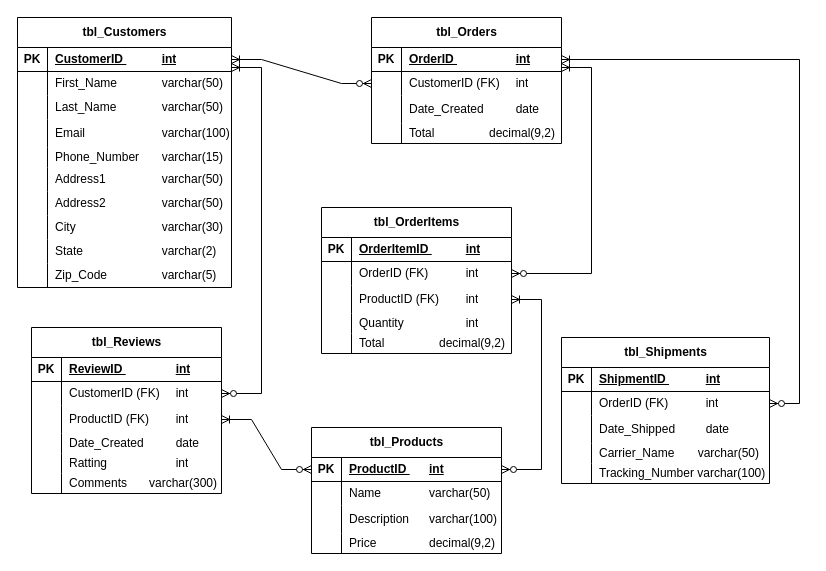
Earlier version of the draw.io diagram JH-ER-1.drawio (josehdev/uopeople). Source tidied: cells renumbered, new cells numbered last; positions are measured from the earlier drawing's top-left corner, leaving out a move shared by most shapes. Both pictures are drawn from the tidied source at 100%, with x=0, y=0 at pixel (17, 17).
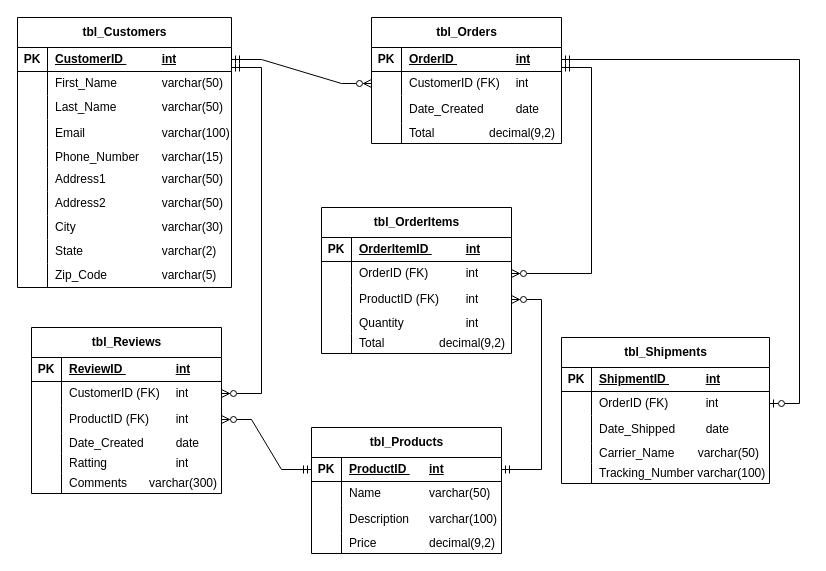
Above is the later version.

Unchanged cells that the change refers to:
```xml
<mxCell id="3" style="shape=tableRow;horizontal=0;startSize=0;swimlaneHead=0;swimlaneBody=0;fillColor=none;points=[[0,0.5],[1,0.5]];portConstraint=eastwest;top=0;left=0;right=0;bottom=1;" parent="2" vertex="1">
  <mxGeometry y="30" width="214" height="24" as="geometry" />
</mxCell>
<mxCell id="35" style="shape=tableRow;horizontal=0;startSize=0;swimlaneHead=0;swimlaneBody=0;fillColor=none;points=[[0,0.5],[1,0.5]];portConstraint=eastwest;top=0;left=0;right=0;bottom=1;" parent="34" vertex="1">
  <mxGeometry y="30" width="190" height="24" as="geometry" />
</mxCell>
<mxCell id="48" style="shape=tableRow;horizontal=0;startSize=0;swimlaneHead=0;swimlaneBody=0;fillColor=none;points=[[0,0.5],[1,0.5]];portConstraint=eastwest;top=0;left=0;right=0;bottom=1;" parent="47" vertex="1">
  <mxGeometry y="30" width="190" height="24" as="geometry" />
</mxCell>
<mxCell id="51" style="shape=tableRow;horizontal=0;startSize=0;swimlaneHead=0;swimlaneBody=0;fillColor=none;points=[[0,0.5],[1,0.5]];portConstraint=eastwest;top=0;left=0;right=0;bottom=0;" parent="47" vertex="1">
  <mxGeometry y="54" width="190" height="24" as="geometry" />
</mxCell>
<mxCell id="64" style="shape=tableRow;horizontal=0;startSize=0;swimlaneHead=0;swimlaneBody=0;fillColor=none;points=[[0,0.5],[1,0.5]];portConstraint=eastwest;top=0;left=0;right=0;bottom=0;" parent="60" vertex="1">
  <mxGeometry y="54" width="190" height="24" as="geometry" />
</mxCell>
<mxCell id="67" style="shape=tableRow;horizontal=0;startSize=0;swimlaneHead=0;swimlaneBody=0;fillColor=none;points=[[0,0.5],[1,0.5]];portConstraint=eastwest;top=0;left=0;right=0;bottom=0;strokeColor=default;" parent="60" vertex="1">
  <mxGeometry y="78" width="190" height="28" as="geometry" />
</mxCell>
<mxCell id="80" style="shape=tableRow;horizontal=0;startSize=0;swimlaneHead=0;swimlaneBody=0;fillColor=none;points=[[0,0.5],[1,0.5]];portConstraint=eastwest;top=0;left=0;right=0;bottom=0;" parent="76" vertex="1">
  <mxGeometry y="54" width="208" height="24" as="geometry" />
</mxCell>
<mxCell id="96" style="shape=tableRow;horizontal=0;startSize=0;swimlaneHead=0;swimlaneBody=0;fillColor=none;points=[[0,0.5],[1,0.5]];portConstraint=eastwest;top=0;left=0;right=0;bottom=0;" parent="92" vertex="1">
  <mxGeometry y="54" width="190" height="24" as="geometry" />
</mxCell>
<mxCell id="99" style="shape=tableRow;horizontal=0;startSize=0;swimlaneHead=0;swimlaneBody=0;fillColor=none;points=[[0,0.5],[1,0.5]];portConstraint=eastwest;top=0;left=0;right=0;bottom=0;strokeColor=default;" parent="92" vertex="1">
  <mxGeometry y="78" width="190" height="28" as="geometry" />
</mxCell>
```

Diff of the diagram source:
```diff
@@
-    <mxCell id="33" style="edgeStyle=entityRelationEdgeStyle;fontSize=12;html=1;endArrow=ERzeroToMany;startArrow=ERoneToMany;rounded=0;exitX=1;exitY=0.5;exitDx=0;exitDy=0;startFill=0;" parent="1" edge="1" source="3" target="51">
+    <mxCell id="33" style="edgeStyle=entityRelationEdgeStyle;fontSize=12;html=1;endArrow=ERzeroToMany;startArrow=ERmandOne;rounded=0;exitX=1;exitY=0.5;exitDx=0;exitDy=0;startFill=0;endFill=0;" parent="1" edge="1" source="3" target="51">
       <mxGeometry relative="1" as="geometry" />
     </mxCell>
@@
-    <mxCell id="111" style="edgeStyle=entityRelationEdgeStyle;fontSize=12;html=1;endArrow=ERzeroToMany;startArrow=ERoneToMany;rounded=0;startFill=0;" parent="1" edge="1" target="64">
+    <mxCell id="111" style="edgeStyle=entityRelationEdgeStyle;fontSize=12;html=1;endArrow=ERzeroToMany;startArrow=ERmandOne;rounded=0;startFill=0;endFill=0;" parent="1" edge="1" target="64">
       <mxGeometry relative="1" as="geometry">
         <mxPoint x="544" y="50" as="sourcePoint" />
         <Array as="points">
           <mxPoint x="996" y="164.4" />
           <mxPoint x="986" y="164.4" />
           <mxPoint x="736" y="184.4" />
         </Array>
       </mxGeometry>
     </mxCell>
-    <mxCell id="112" style="edgeStyle=entityRelationEdgeStyle;fontSize=12;html=1;endArrow=ERzeroToMany;startArrow=ERoneToMany;rounded=0;startFill=0;exitX=1;exitY=0.5;exitDx=0;exitDy=0;" parent="1" edge="1" source="48" target="80">
+    <mxCell id="112" style="edgeStyle=entityRelationEdgeStyle;fontSize=12;html=1;endArrow=ERzeroToOne;startArrow=ERmandOne;rounded=0;startFill=0;exitX=1;exitY=0.5;exitDx=0;exitDy=0;endFill=0;" parent="1" edge="1" source="48" target="80">
       <mxGeometry relative="1" as="geometry">
         <Array as="points">
           <mxPoint x="954" y="168" />
           <mxPoint x="744" y="260" />
           <mxPoint x="754" y="220" />
           <mxPoint x="944" y="168" />
         </Array>
       </mxGeometry>
     </mxCell>
-    <mxCell id="113" style="edgeStyle=entityRelationEdgeStyle;fontSize=12;html=1;endArrow=ERzeroToMany;startArrow=ERoneToMany;rounded=0;startFill=0;entryX=1;entryY=0.5;entryDx=0;entryDy=0;" parent="1" edge="1" source="67" target="35">
+    <mxCell id="113" style="edgeStyle=entityRelationEdgeStyle;fontSize=12;html=1;endArrow=ERmandOne;startArrow=ERzeroToMany;rounded=0;startFill=0;entryX=1;entryY=0.5;entryDx=0;entryDy=0;endFill=0;" parent="1" edge="1" source="67" target="35">
       <mxGeometry relative="1" as="geometry">
         <Array as="points">
           <mxPoint x="936" y="484.4" />
           <mxPoint x="926" y="484.4" />
           <mxPoint x="676" y="504.4" />
         </Array>
       </mxGeometry>
     </mxCell>
-    <mxCell id="114" style="edgeStyle=entityRelationEdgeStyle;fontSize=12;html=1;endArrow=ERzeroToMany;startArrow=ERoneToMany;rounded=0;startFill=0;" parent="1" edge="1" target="96">
+    <mxCell id="114" style="edgeStyle=entityRelationEdgeStyle;fontSize=12;html=1;endArrow=ERzeroToMany;startArrow=ERmandOne;rounded=0;startFill=0;endFill=0;" parent="1" edge="1" target="96">
       <mxGeometry relative="1" as="geometry">
         <mxPoint x="214" y="50" as="sourcePoint" />
         <Array as="points">
           <mxPoint x="696" y="204.4" />
           <mxPoint x="686" y="204.4" />
           <mxPoint x="436" y="224.4" />
         </Array>
       </mxGeometry>
     </mxCell>
-    <mxCell id="115" style="edgeStyle=entityRelationEdgeStyle;fontSize=12;html=1;endArrow=ERzeroToMany;startArrow=ERoneToMany;rounded=0;startFill=0;exitX=1;exitY=0.5;exitDx=0;exitDy=0;" parent="1" edge="1" source="99" target="35">
+    <mxCell id="115" style="edgeStyle=entityRelationEdgeStyle;fontSize=12;html=1;endArrow=ERmandOne;startArrow=ERzeroToMany;rounded=0;startFill=0;exitX=1;exitY=0.5;exitDx=0;exitDy=0;endFill=0;" parent="1" edge="1" source="99" target="35">
       <mxGeometry relative="1" as="geometry">
         <Array as="points">
           <mxPoint x="696" y="514.4" />
           <mxPoint x="686" y="514.4" />
           <mxPoint x="436" y="534.4" />
         </Array>
       </mxGeometry>
     </mxCell>
```
